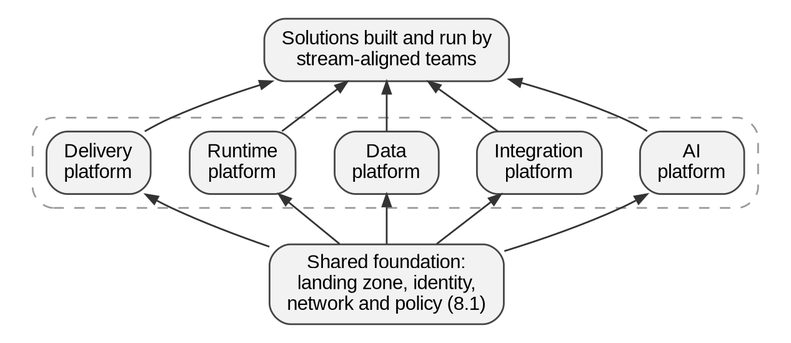
This is assets/diagrams/rendered/platform-types.png from cesarcastrocuba/handbook-solutions-architecture, a Graphviz export, as it was before one commit. Its source is kept beside it as assets/diagrams/src/platform-types.dot. The source it was exported from:
```dot
digraph G {
 rankdir=BT;
 f [label="Shared foundation:\nlanding zone, identity,\nnetwork and policy (8.1)"];
 subgraph cluster_platforms {
  label="";
  a [label="AI\nplatform"];
  i [label="Integration\nplatform"];
  da [label="Data\nplatform"];
  r [label="Runtime\nplatform"];
  d [label="Delivery\nplatform"];
 }
 s [label="Solutions built and run by\nstream-aligned teams"];
 f->a; f->i; f->da; f->r; f->d;
 a->s; i->s; da->s; r->s; d->s;
}
```
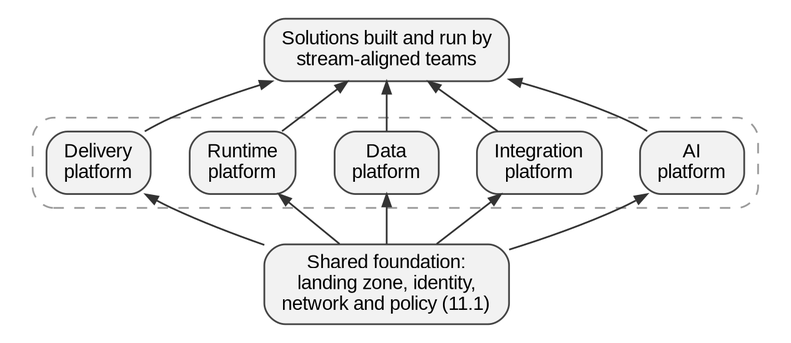
After the change.

Diff of the diagram source:
```diff
@@ -1,6 +1,6 @@
 digraph G {
  rankdir=BT;
- f [label="Shared foundation:\nlanding zone, identity,\nnetwork and policy (8.1)"];
+ f [label="Shared foundation:\nlanding zone, identity,\nnetwork and policy (11.1)"];
  subgraph cluster_platforms {
   label="";
   a [label="AI\nplatform"];
```
